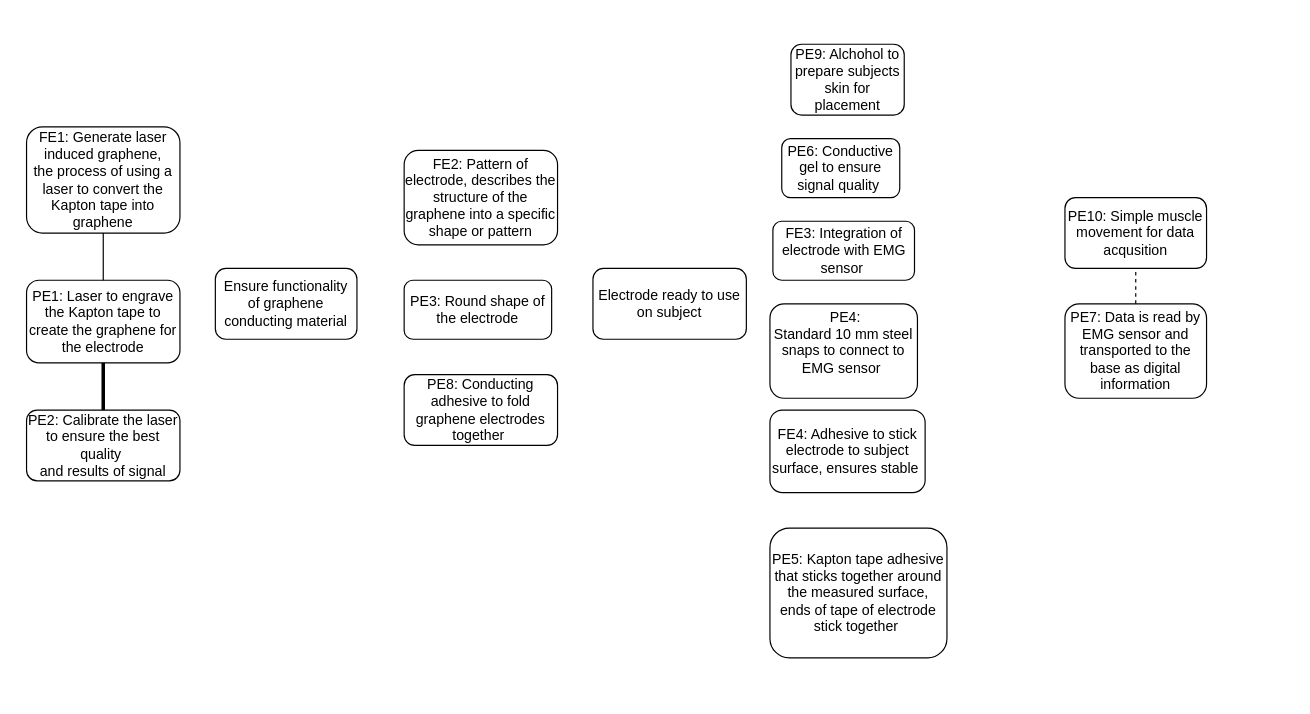
asdismilla/FlowChart keeps this draw.io diagram as page "Page-4" (4 of 4) of Untitled Diagram.drawio. Above is the earlier version. Source tidied: cells renumbered, new cells numbered last; positions are measured from the earlier drawing's top-left corner, leaving out a move shared by most shapes. Both pictures are drawn from the tidied source at 118%, with x=0, y=0 at pixel (26, 44).
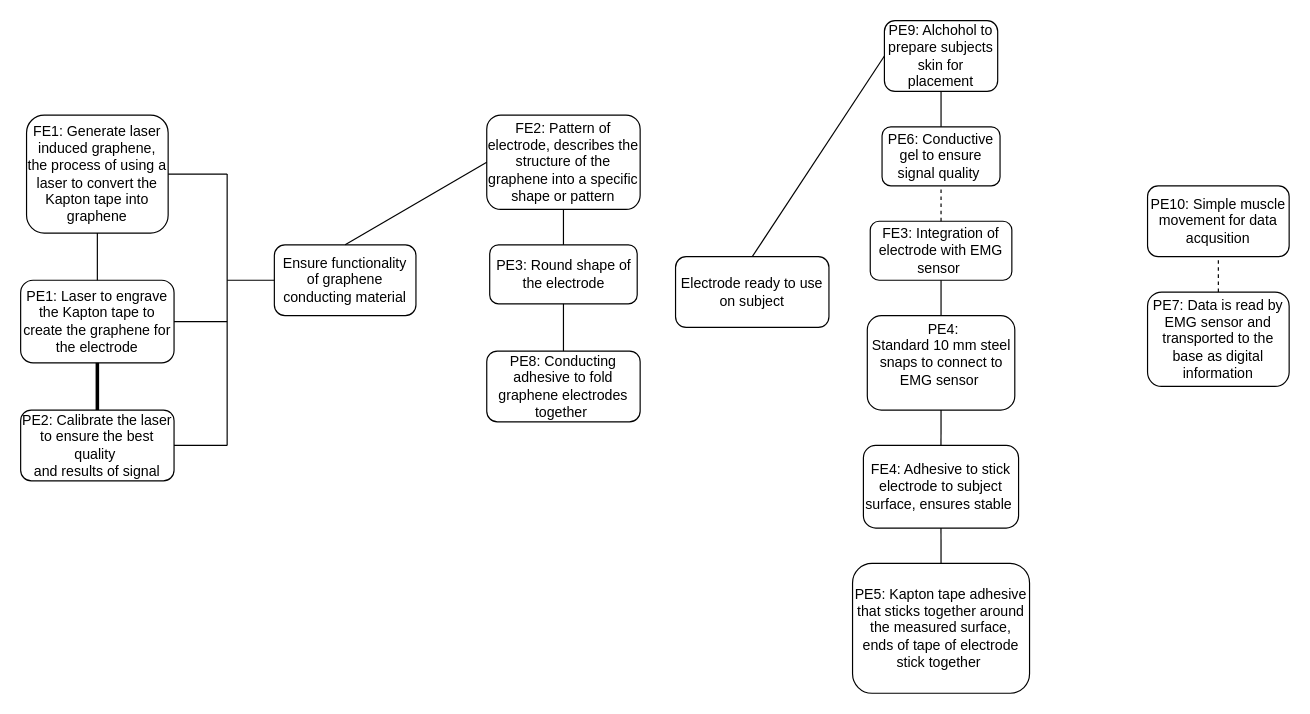
The same diagram, later.

Commit message:
Table10-7_rearrange

The edit, as a diff of the source:
```diff
@@
     <mxCell id="2" value="FE1: Generate laser induced graphene, the&amp;nbsp;process of using a laser to convert the Kapton tape into graphene&lt;span style=&quot;text-align: start;&quot; class=&quot;OYPEnA text-decoration-none text-strikethrough-none white-space-prewrap&quot;&gt;&lt;/span&gt;" style="rounded=1;whiteSpace=wrap;html=1;" parent="1" vertex="1">
-      <mxGeometry y="70" width="130" height="90" as="geometry" />
+      <mxGeometry y="60" width="120" height="100" as="geometry" />
     </mxCell>
     <mxCell id="3" value="FE2: Pattern of electrode, describes the structure of the graphene into a specific shape or pattern" style="rounded=1;whiteSpace=wrap;html=1;" parent="1" vertex="1">
-      <mxGeometry x="320" y="90" width="130" height="80" as="geometry" />
+      <mxGeometry x="390" y="60" width="130" height="80" as="geometry" />
     </mxCell>
     <mxCell id="4" value="FE3: Integration of electrode with EMG sensor&amp;nbsp;" style="rounded=1;whiteSpace=wrap;html=1;" parent="1" vertex="1">
-      <mxGeometry x="632.5" y="150" width="120" height="50" as="geometry" />
+      <mxGeometry x="715" y="150" width="120" height="50" as="geometry" />
     </mxCell>
     <mxCell id="5" value="FE4: Adhesive to stick electrode to subject surface, ensures stable&amp;nbsp;" style="rounded=1;whiteSpace=wrap;html=1;" parent="1" vertex="1">
-      <mxGeometry x="630" y="310" width="131.5" height="70" as="geometry" />
+      <mxGeometry x="709.2" y="340" width="131.5" height="70" as="geometry" />
     </mxCell>
     <mxCell id="6" value="PE1: Laser to engrave the Kapton tape to create the graphene for the electrode" style="rounded=1;whiteSpace=wrap;html=1;" parent="1" vertex="1">
-      <mxGeometry y="200" width="130" height="70" as="geometry" />
+      <mxGeometry x="-5" y="200" width="130" height="70" as="geometry" />
     </mxCell>
     <mxCell id="7" value="PE2:&amp;nbsp;Calibrate the laser to ensure the best quality&amp;nbsp;&lt;br&gt;and results of signal" style="rounded=1;whiteSpace=wrap;html=1;" parent="1" vertex="1">
-      <mxGeometry y="310" width="130" height="60" as="geometry" />
+      <mxGeometry x="-5" y="310" width="130" height="60" as="geometry" />
     </mxCell>
     <mxCell id="8" value="PE3:&amp;nbsp;Round shape of the electrode" style="rounded=1;whiteSpace=wrap;html=1;" parent="1" vertex="1">
-      <mxGeometry x="320" y="200" width="125" height="50" as="geometry" />
+      <mxGeometry x="392.5" y="170" width="125" height="50" as="geometry" />
     </mxCell>
     <mxCell id="9" value="&amp;nbsp;PE4:&lt;br&gt;Standard 10 mm steel snaps to connect to EMG sensor&amp;nbsp;&lt;div&gt;&lt;br&gt;&lt;/div&gt;" style="rounded=1;whiteSpace=wrap;html=1;" parent="1" vertex="1">
-      <mxGeometry x="630" y="220" width="125" height="80" as="geometry" />
+      <mxGeometry x="712.5" y="230" width="125" height="80" as="geometry" />
     </mxCell>
     <mxCell id="10" value="PE5:&amp;nbsp;Kapton tape adhesive that sticks together around the measured surface, ends of tape of electrode stick together&amp;nbsp;" style="rounded=1;whiteSpace=wrap;html=1;" parent="1" vertex="1">
-      <mxGeometry x="630" y="410" width="150" height="110" as="geometry" />
+      <mxGeometry x="700" y="440" width="150" height="110" as="geometry" />
     </mxCell>
     <mxCell id="11" value="PE6:&amp;nbsp;Conductive gel to ensure signal quality&amp;nbsp;" style="rounded=1;whiteSpace=wrap;html=1;" parent="1" vertex="1">
-      <mxGeometry x="640" y="80" width="100" height="50" as="geometry" />
+      <mxGeometry x="725" y="70" width="100" height="50" as="geometry" />
     </mxCell>
     <mxCell id="12" value="PE7:&amp;nbsp;Data is read by EMG sensor and transported to the base as digital information" style="rounded=1;whiteSpace=wrap;html=1;" parent="1" vertex="1">
-      <mxGeometry x="880" y="220" width="120" height="80" as="geometry" />
+      <mxGeometry x="950" y="210" width="120" height="80" as="geometry" />
     </mxCell>
     <mxCell id="13" value="PE9: Alchohol to prepare subjects skin for placement" style="rounded=1;whiteSpace=wrap;html=1;" parent="1" vertex="1">
-      <mxGeometry x="647.8" width="96" height="60" as="geometry" />
+      <mxGeometry x="727" y="-20" width="96" height="60" as="geometry" />
     </mxCell>
     <mxCell id="14" value="PE8: Conducting adhesive to fold graphene electrodes together&amp;nbsp;" style="rounded=1;whiteSpace=wrap;html=1;" parent="1" vertex="1">
-      <mxGeometry x="320" y="280" width="130" height="60" as="geometry" />
+      <mxGeometry x="390" y="260" width="130" height="60" as="geometry" />
     </mxCell>
     <mxCell id="15" value="PE10: Simple muscle movement for data acqusition" style="rounded=1;whiteSpace=wrap;html=1;" parent="1" vertex="1">
-      <mxGeometry x="880" y="130" width="120" height="60" as="geometry" />
+      <mxGeometry x="950" y="120" width="120" height="60" as="geometry" />
     </mxCell>
     <mxCell id="16" value="Electrode ready to use on subject" style="rounded=1;whiteSpace=wrap;html=1;" parent="1" vertex="1">
-      <mxGeometry x="480" y="190" width="130" height="60" as="geometry" />
+      <mxGeometry x="550" y="180" width="130" height="60" as="geometry" />
     </mxCell>
     <mxCell id="17" value="Ensure functionality of graphene conducting material" style="rounded=1;whiteSpace=wrap;html=1;" parent="1" vertex="1">
-      <mxGeometry x="160" y="190" width="120" height="60" as="geometry" />
+      <mxGeometry x="210" y="170" width="120" height="60" as="geometry" />
     </mxCell>
@@
+    <mxCell id="22" style="endArrow=none;html=1;rounded=0;" parent="1" edge="1">
+      <mxGeometry relative="1" as="geometry">
+        <mxPoint x="170" y="340" as="sourcePoint" />
+        <mxPoint x="170" y="110" as="targetPoint" />
+      </mxGeometry>
+    </mxCell>
+    <mxCell id="23" style="endArrow=none;html=1;rounded=0;exitX=1;exitY=0.5;exitDx=0;exitDy=0;" parent="1" edge="1" source="2">
+      <mxGeometry relative="1" as="geometry">
+        <mxPoint x="170" y="110" as="targetPoint" />
+      </mxGeometry>
+    </mxCell>
+    <mxCell id="24" style="endArrow=none;html=1;rounded=0;exitX=1;exitY=0.5;exitDx=0;exitDy=0;" parent="1" edge="1" source="7">
+      <mxGeometry relative="1" as="geometry">
+        <mxPoint x="170" y="340" as="targetPoint" />
+      </mxGeometry>
+    </mxCell>
+    <mxCell id="25" style="endArrow=none;html=1;rounded=0;exitX=1;exitY=0.5;exitDx=0;exitDy=0;" parent="1" edge="1" source="6">
+      <mxGeometry relative="1" as="geometry">
+        <mxPoint x="170" y="235" as="targetPoint" />
+      </mxGeometry>
+    </mxCell>
+    <mxCell id="26" style="endArrow=none;html=1;rounded=0;entryX=0;entryY=0.5;entryDx=0;entryDy=0;" parent="1" edge="1" target="17">
+      <mxGeometry relative="1" as="geometry">
+        <mxPoint x="170" y="200" as="sourcePoint" />
+      </mxGeometry>
+    </mxCell>
+    <mxCell id="27" style="endArrow=none;html=1;rounded=0;entryX=0.5;entryY=1;entryDx=0;entryDy=0;exitX=0.5;exitY=0;exitDx=0;exitDy=0;" parent="1" edge="1" source="8" target="3">
+      <mxGeometry relative="1" as="geometry" />
+    </mxCell>
+    <mxCell id="28" style="endArrow=none;html=1;rounded=0;entryX=0.5;entryY=1;entryDx=0;entryDy=0;exitX=0.5;exitY=0;exitDx=0;exitDy=0;" parent="1" edge="1" source="14" target="8">
+      <mxGeometry relative="1" as="geometry" />
+    </mxCell>
+    <mxCell id="29" style="endArrow=none;html=1;rounded=0;exitX=0.5;exitY=0;exitDx=0;exitDy=0;entryX=0;entryY=0.5;entryDx=0;entryDy=0;" parent="1" edge="1" source="17" target="3">
+      <mxGeometry relative="1" as="geometry" />
+    </mxCell>
+    <mxCell id="30" style="endArrow=none;html=1;rounded=0;entryX=0.5;entryY=1;entryDx=0;entryDy=0;exitX=0.5;exitY=0;exitDx=0;exitDy=0;" parent="1" edge="1" source="11" target="13">
+      <mxGeometry relative="1" as="geometry" />
+    </mxCell>
+    <mxCell id="31" style="endArrow=none;dashed=1;html=1;rounded=0;entryX=0.5;entryY=1;entryDx=0;entryDy=0;exitX=0.5;exitY=0;exitDx=0;exitDy=0;" parent="1" edge="1" source="4" target="11">
+      <mxGeometry relative="1" as="geometry" />
+    </mxCell>
+    <mxCell id="32" style="endArrow=none;html=1;rounded=0;entryX=0.5;entryY=1;entryDx=0;entryDy=0;exitX=0.5;exitY=0;exitDx=0;exitDy=0;" parent="1" edge="1" source="9" target="4">
+      <mxGeometry relative="1" as="geometry" />
+    </mxCell>
+    <mxCell id="33" style="endArrow=none;html=1;rounded=0;entryX=0.5;entryY=1;entryDx=0;entryDy=0;exitX=0.5;exitY=0;exitDx=0;exitDy=0;" parent="1" edge="1" source="5" target="9">
+      <mxGeometry relative="1" as="geometry" />
+    </mxCell>
+    <mxCell id="34" style="endArrow=none;html=1;rounded=0;entryX=0.5;entryY=1;entryDx=0;entryDy=0;exitX=0.5;exitY=0;exitDx=0;exitDy=0;" parent="1" edge="1" source="10" target="5">
+      <mxGeometry relative="1" as="geometry" />
+    </mxCell>
+    <mxCell id="35" style="endArrow=none;html=1;rounded=0;exitX=0.5;exitY=0;exitDx=0;exitDy=0;entryX=0;entryY=0.5;entryDx=0;entryDy=0;" parent="1" edge="1" source="16" target="13">
+      <mxGeometry relative="1" as="geometry" />
+    </mxCell>
```
